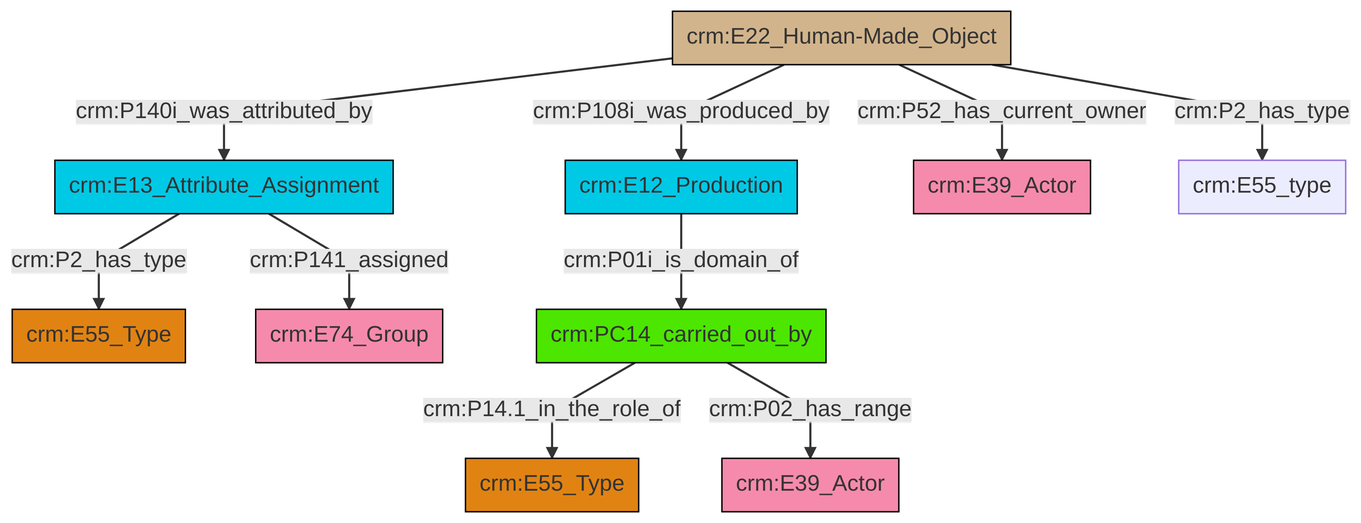
This is et/builtWorkCSV/ttl/mmd/png/Built_Work_actor_relations.png from swiss-art-research-net/reference-data-models, a Mermaid export, as it was before one commit. Its source is kept beside it as et/builtWorkCSV/ttl/mmd/Built_Work_actor_relations.ttl.mmd.
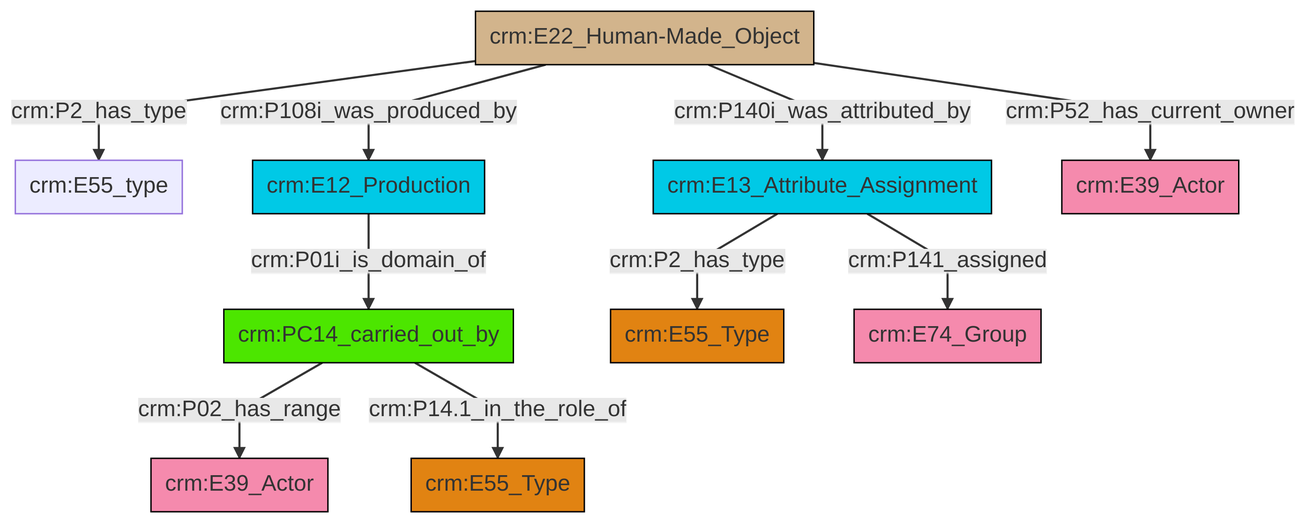
Later version of the same file.

The edit, as a diff of the source:
```diff
@@ -13,12 +13,12 @@
 classDef PC_Classes fill:#4ce600, stroke:#000000;
 classDef Multi fill:#cccccc,stroke:#000000;
 
-2["crm:E13_Attribute_Assignment"]:::Temporal_Entity -->|crm:P2_has_type| 3["crm:E55_Type"]:::Type
-0["crm:E22_Human-Made_Object"]:::Physical_Thing -->|crm:P108i_was_produced_by| 4["crm:E12_Production"]:::Temporal_Entity
-2["crm:E13_Attribute_Assignment"]:::Temporal_Entity -->|crm:P141_assigned| 5["crm:E74_Group"]:::Actor
-0["crm:E22_Human-Made_Object"]:::Physical_Thing -->|crm:P52_has_current_owner| 6["crm:E39_Actor"]:::Actor
-9["crm:PC14_carried_out_by"]:::PC_Classes -->|crm:P14.1_in_the_role_of| 10["crm:E55_Type"]:::Type
-9["crm:PC14_carried_out_by"]:::PC_Classes -->|crm:P02_has_range| 7["crm:E39_Actor"]:::Actor
-0["crm:E22_Human-Made_Object"]:::Physical_Thing -->|crm:P2_has_type| 14["crm:E55_type"]:::Default
-4["crm:E12_Production"]:::Temporal_Entity -->|crm:P01i_is_domain_of| 9["crm:PC14_carried_out_by"]:::PC_Classes
-0["crm:E22_Human-Made_Object"]:::Physical_Thing -->|crm:P140i_was_attributed_by| 2["crm:E13_Attribute_Assignment"]:::Temporal_Entity
+0["crm:E22_Human-Made_Object"]:::Physical_Thing -->|crm:P2_has_type| 1["crm:E55_type"]:::Default
+9["crm:PC14_carried_out_by"]:::PC_Classes -->|crm:P02_has_range| 11["crm:E39_Actor"]:::Actor
+7["crm:E12_Production"]:::Temporal_Entity -->|crm:P01i_is_domain_of| 9["crm:PC14_carried_out_by"]:::PC_Classes
+14["crm:E13_Attribute_Assignment"]:::Temporal_Entity -->|crm:P2_has_type| 2["crm:E55_Type"]:::Type
+0["crm:E22_Human-Made_Object"]:::Physical_Thing -->|crm:P108i_was_produced_by| 7["crm:E12_Production"]:::Temporal_Entity
+0["crm:E22_Human-Made_Object"]:::Physical_Thing -->|crm:P140i_was_attributed_by| 14["crm:E13_Attribute_Assignment"]:::Temporal_Entity
+14["crm:E13_Attribute_Assignment"]:::Temporal_Entity -->|crm:P141_assigned| 15["crm:E74_Group"]:::Actor
+0["crm:E22_Human-Made_Object"]:::Physical_Thing -->|crm:P52_has_current_owner| 5["crm:E39_Actor"]:::Actor
+9["crm:PC14_carried_out_by"]:::PC_Classes -->|crm:P14.1_in_the_role_of| 12["crm:E55_Type"]:::Type
```
